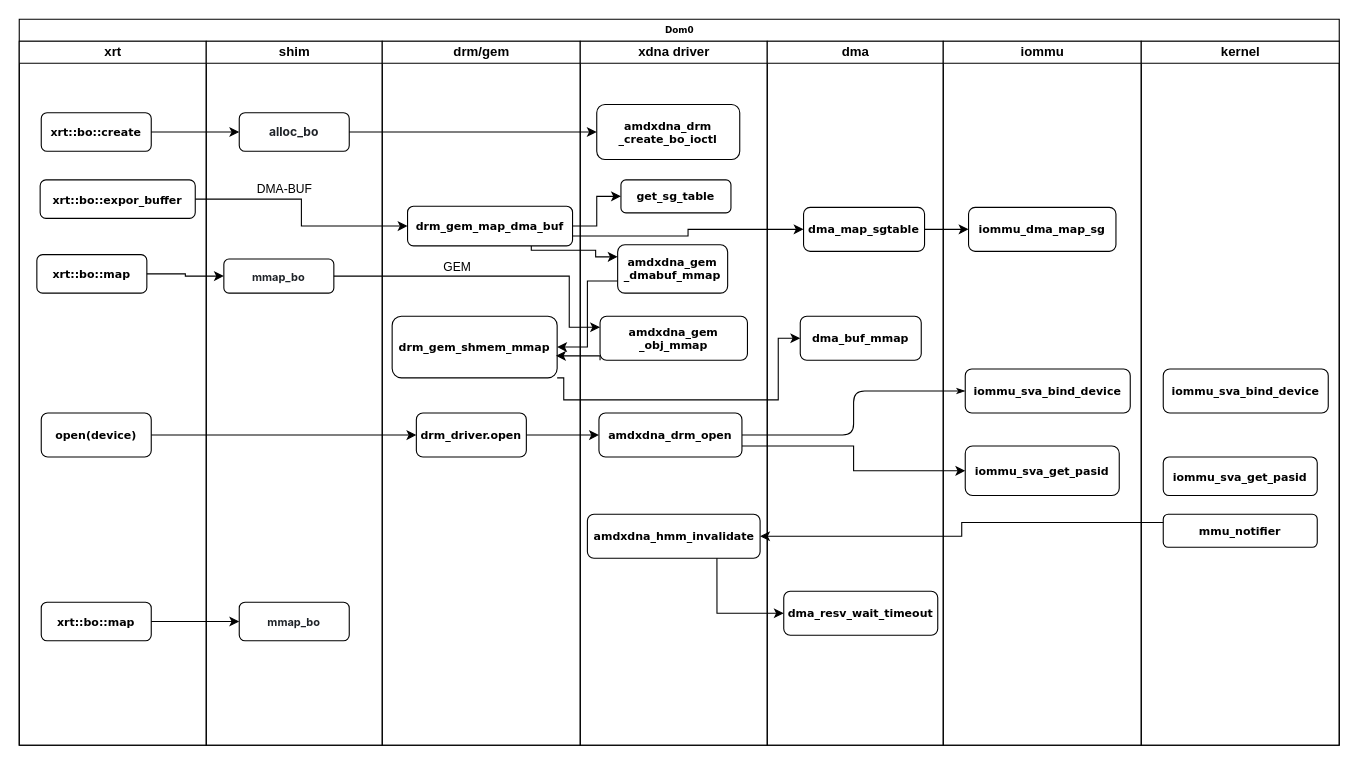
samwyi/test keeps this draw.io diagram as bo_alloc_map.drawio. Above is the earlier version. Source tidied: cells renumbered, new cells numbered last; positions are measured from the earlier drawing's top-left corner, leaving out a move shared by most shapes. Both pictures are drawn from the tidied source at 110%, with x=0, y=0 at pixel (19, 19).
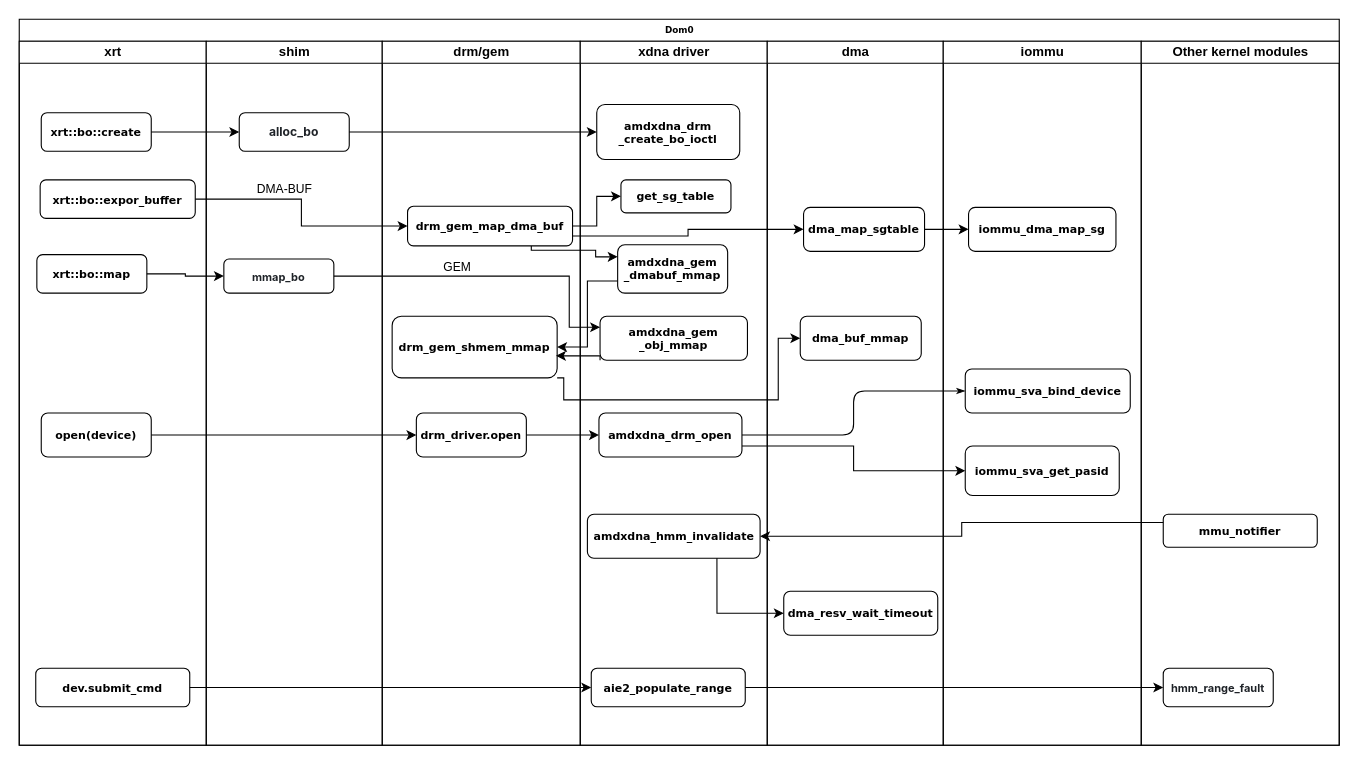
The same diagram, later.

Unchanged cells that the change refers to:
```xml
<mxCell id="2" value="Dom0" style="swimlane;html=1;startSize=20;rounded=0;shadow=0;labelBackgroundColor=none;strokeWidth=1;fontFamily=Verdana;fontSize=8;align=center;" parent="1" vertex="1">
  <mxGeometry width="1200" height="660" as="geometry" />
</mxCell>
<mxCell id="3" value="xrt" style="swimlane;html=1;startSize=20;" parent="2" vertex="1">
  <mxGeometry y="20" width="170" height="640" as="geometry" />
</mxCell>
<mxCell id="8" value="shim" style="swimlane;html=1;startSize=20;" parent="2" vertex="1">
  <mxGeometry x="170" y="20" width="160" height="640" as="geometry" />
</mxCell>
<mxCell id="14" value="xdna driver" style="swimlane;html=1;startSize=20;" parent="2" vertex="1">
  <mxGeometry x="510" y="20" width="170" height="640" as="geometry" />
</mxCell>
```

Change to the diagram source:
```diff
@@
-    <mxCell id="6" value="xrt::bo::map" style="rounded=1;whiteSpace=wrap;html=1;shadow=0;labelBackgroundColor=none;strokeWidth=1;fontFamily=Verdana;fontSize=10;align=center;fontStyle=1;" parent="3" vertex="1">
-      <mxGeometry x="20" y="510" width="100" height="35" as="geometry" />
-    </mxCell>
+    <mxCell id="57" value="dev.submit_cmd" style="rounded=1;whiteSpace=wrap;html=1;shadow=0;labelBackgroundColor=none;strokeWidth=1;fontFamily=Verdana;fontSize=10;align=center;fontStyle=1;" parent="3" vertex="1">
+      <mxGeometry x="15" y="570" width="140" height="35" as="geometry" />
+    </mxCell>
@@
-    <mxCell id="10" value="&lt;span style=&quot;color: rgb(31, 35, 40); font-family: -apple-system, BlinkMacSystemFont, &amp;quot;Segoe UI&amp;quot;, &amp;quot;Noto Sans&amp;quot;, Helvetica, Arial, sans-serif, &amp;quot;Apple Color Emoji&amp;quot;, &amp;quot;Segoe UI Emoji&amp;quot;; text-align: left; background-color: rgb(255, 255, 255);&quot;&gt;mmap_bo&lt;/span&gt;" style="rounded=1;whiteSpace=wrap;html=1;shadow=0;labelBackgroundColor=none;strokeWidth=1;fontFamily=Verdana;fontSize=10;align=center;fontStyle=1;" parent="8" vertex="1">
-      <mxGeometry x="30" y="510" width="100" height="35" as="geometry" />
-    </mxCell>
@@
+    <mxCell id="6" value="aie2_populate_range" style="rounded=1;whiteSpace=wrap;html=1;shadow=0;labelBackgroundColor=none;strokeWidth=1;fontFamily=Verdana;fontSize=10;align=center;fontStyle=1;" parent="14" vertex="1">
+      <mxGeometry x="10" y="570" width="140" height="35" as="geometry" />
+    </mxCell>
@@
-    <mxCell id="31" value="kernel" style="swimlane;html=1;startSize=20;" parent="2" vertex="1">
+    <mxCell id="31" value="Other kernel modules" style="swimlane;html=1;startSize=20;" parent="2" vertex="1">
       <mxGeometry x="1020" y="20" width="180" height="640" as="geometry" />
     </mxCell>
-    <mxCell id="32" value="iommu_sva_bind_device" style="rounded=1;whiteSpace=wrap;html=1;shadow=0;labelBackgroundColor=none;strokeWidth=1;fontFamily=Verdana;fontSize=10;align=center;fontStyle=1;" parent="31" vertex="1">
-      <mxGeometry x="20" y="298" width="150" height="40" as="geometry" />
-    </mxCell>
-    <mxCell id="33" value="iommu_sva_get_pasid" style="rounded=1;whiteSpace=wrap;html=1;shadow=0;labelBackgroundColor=none;strokeWidth=1;fontFamily=Verdana;fontSize=10;align=center;fontStyle=1;" parent="31" vertex="1">
-      <mxGeometry x="20" y="378" width="140" height="35" as="geometry" />
-    </mxCell>
@@
+    <mxCell id="10" value="&lt;span style=&quot;color: rgb(31, 35, 40); font-family: -apple-system, BlinkMacSystemFont, &amp;quot;Segoe UI&amp;quot;, &amp;quot;Noto Sans&amp;quot;, Helvetica, Arial, sans-serif, &amp;quot;Apple Color Emoji&amp;quot;, &amp;quot;Segoe UI Emoji&amp;quot;; text-align: left; background-color: rgb(255, 255, 255);&quot;&gt;hmm_range_fault&lt;/span&gt;" style="rounded=1;whiteSpace=wrap;html=1;shadow=0;labelBackgroundColor=none;strokeWidth=1;fontFamily=Verdana;fontSize=10;align=center;fontStyle=1;" parent="31" vertex="1">
+      <mxGeometry x="20" y="570" width="100" height="35" as="geometry" />
+    </mxCell>
@@
+    <mxCell id="58" style="edgeStyle=orthogonalEdgeStyle;rounded=0;jettySize=auto;html=1;exitX=1;exitY=0.5;exitDx=0;exitDy=0;entryX=0;entryY=0.5;entryDx=0;entryDy=0;" parent="2" edge="1" source="57" target="6">
+      <mxGeometry relative="1" as="geometry" />
+    </mxCell>
```
